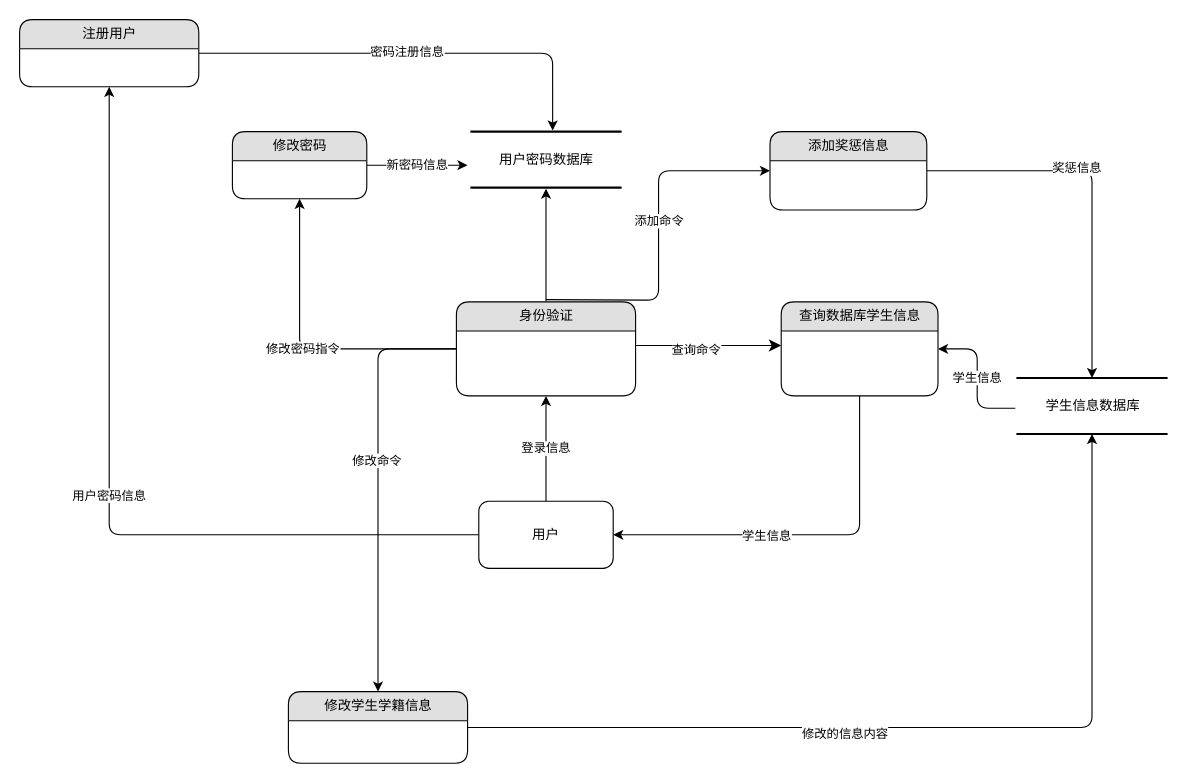
Before: Untitled Diagram.drawio in Crumbled-potato/Picture, a draw.io diagram. Source tidied: cells renumbered, new cells numbered last; positions are measured from the earlier drawing's top-left corner, leaving out a move shared by most shapes. Both pictures are drawn from the tidied source at 112%, with x=0, y=0 at pixel (19, 19).
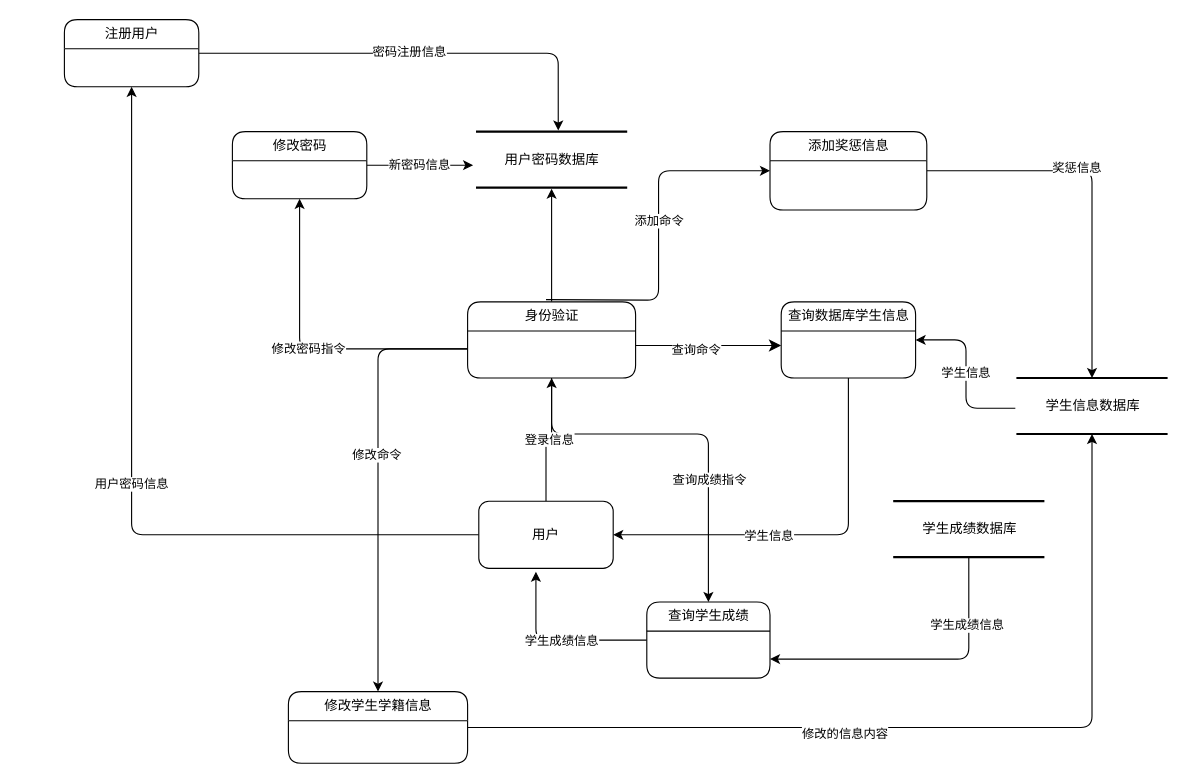
Above is the later version.

The change refers to these unchanged cells:
```xml
<mxCell id="21" value="用户" style="rounded=1;whiteSpace=wrap;html=1;fontFamily=Verdana;" parent="1" vertex="1">
  <mxGeometry x="410" y="430" width="120" height="60" as="geometry" />
</mxCell>
```

The edit, as a diff of the source:
```diff
@@
-<mxGraphModel background="#ffffff">
+<mxGraphModel>
@@
-    <mxCell id="4" value="修改学生学籍信息" style="swimlane;html=1;fontStyle=0;horizontal=1;startSize=26;fillColor=#e0e0e0;swimlaneFillColor=#ffffff;align=center;rounded=1;shadow=0;comic=0;labelBackgroundColor=none;strokeWidth=1;fontFamily=Verdana;fontSize=12;" parent="1" vertex="1">
+    <mxCell id="4" value="修改学生学籍信息" style="swimlane;html=1;fontStyle=0;horizontal=1;startSize=26;swimlaneFillColor=#ffffff;align=center;rounded=1;shadow=0;comic=0;labelBackgroundColor=none;strokeWidth=1;fontFamily=Verdana;fontSize=12;" parent="1" vertex="1">
       <mxGeometry x="240" y="600" width="160" height="64" as="geometry" />
     </mxCell>
@@
-    <mxCell id="7" value="注册用户" style="swimlane;html=1;fontStyle=0;horizontal=1;startSize=26;fillColor=#e0e0e0;swimlaneFillColor=#ffffff;align=center;rounded=1;shadow=0;comic=0;labelBackgroundColor=none;strokeWidth=1;fontFamily=Verdana;fontSize=12;" parent="1" vertex="1">
-      <mxGeometry width="160" height="60" as="geometry" />
+    <mxCell id="7" value="注册用户" style="swimlane;html=1;fontStyle=0;horizontal=1;startSize=26;swimlaneFillColor=#ffffff;align=center;rounded=1;shadow=0;comic=0;labelBackgroundColor=none;strokeWidth=1;fontFamily=Verdana;fontSize=12;" parent="1" vertex="1">
+      <mxGeometry x="40" width="120" height="60" as="geometry" />
     </mxCell>
@@
+    <mxCell id="31" style="edgeStyle=orthogonalEdgeStyle;rounded=1;jettySize=auto;html=1;entryX=0.5;entryY=0;entryDx=0;entryDy=0;fontFamily=Verdana;" parent="1" edge="1" source="14" target="38">
+      <mxGeometry relative="1" as="geometry">
+        <Array as="points">
+          <mxPoint x="475" y="370" />
+          <mxPoint x="615" y="370" />
+        </Array>
+      </mxGeometry>
+    </mxCell>
+    <mxCell id="32" value="查询成绩指令" style="edgeLabel;html=1;align=center;verticalAlign=middle;fontFamily=Verdana;" parent="31" vertex="1">
+      <mxGeometry x="0.35" relative="1" as="geometry" />
+    </mxCell>
-    <mxCell id="14" value="身份验证" style="swimlane;html=1;fontStyle=0;horizontal=1;startSize=26;fillColor=#e0e0e0;swimlaneFillColor=#ffffff;align=center;rounded=1;shadow=0;comic=0;labelBackgroundColor=none;strokeWidth=1;fontFamily=Verdana;fontSize=12;" parent="1" vertex="1">
-      <mxGeometry x="390" y="252" width="160" height="84" as="geometry" />
+    <mxCell id="14" value="身份验证" style="swimlane;html=1;fontStyle=0;horizontal=1;startSize=26;swimlaneFillColor=#ffffff;align=center;rounded=1;shadow=0;comic=0;labelBackgroundColor=none;strokeWidth=1;fontFamily=Verdana;fontSize=12;" parent="1" vertex="1">
+      <mxGeometry x="400" y="252" width="150" height="68" as="geometry" />
     </mxCell>
@@
     <mxCell id="22" value="用户密码数据库" style="html=1;rounded=0;shadow=0;comic=0;labelBackgroundColor=none;strokeWidth=2;fontFamily=Verdana;fontSize=12;align=center;shape=mxgraph.ios7ui.horLines;" parent="1" vertex="1">
-      <mxGeometry x="402.5" y="100" width="135" height="50" as="geometry" />
+      <mxGeometry x="407.5" y="100" width="135" height="50" as="geometry" />
     </mxCell>
@@
-    <mxCell id="25" value="查询数据库学生信息" style="swimlane;html=1;fontStyle=0;horizontal=1;startSize=26;fillColor=#e0e0e0;swimlaneFillColor=#ffffff;align=center;rounded=1;shadow=0;comic=0;labelBackgroundColor=none;strokeWidth=1;fontFamily=Verdana;fontSize=12;" parent="1" vertex="1">
-      <mxGeometry x="680" y="252" width="140" height="84" as="geometry" />
+    <mxCell id="25" value="查询数据库学生信息" style="swimlane;html=1;fontStyle=0;horizontal=1;startSize=26;swimlaneFillColor=#ffffff;align=center;rounded=1;shadow=0;comic=0;labelBackgroundColor=none;strokeWidth=1;fontFamily=Verdana;fontSize=12;" parent="1" vertex="1">
+      <mxGeometry x="680" y="252" width="120" height="68" as="geometry" />
     </mxCell>
@@
-    <mxCell id="27" value="修改密码" style="swimlane;html=1;fontStyle=0;horizontal=1;startSize=26;fillColor=#e0e0e0;swimlaneFillColor=#ffffff;align=center;rounded=1;shadow=0;comic=0;labelBackgroundColor=none;strokeWidth=1;fontFamily=Verdana;fontSize=12;" parent="1" vertex="1">
+    <mxCell id="27" value="修改密码" style="swimlane;html=1;fontStyle=0;horizontal=1;startSize=26;swimlaneFillColor=#ffffff;align=center;rounded=1;shadow=0;comic=0;labelBackgroundColor=none;strokeWidth=1;fontFamily=Verdana;fontSize=12;" parent="1" vertex="1">
       <mxGeometry x="190" y="100" width="120" height="60" as="geometry" />
     </mxCell>
@@
-    <mxCell id="30" value="添加奖惩信息" style="swimlane;html=1;fontStyle=0;horizontal=1;startSize=26;fillColor=#e0e0e0;swimlaneFillColor=#ffffff;align=center;rounded=1;shadow=0;comic=0;labelBackgroundColor=none;strokeWidth=1;fontFamily=Verdana;fontSize=12;" parent="1" vertex="1">
+    <mxCell id="30" value="添加奖惩信息" style="swimlane;html=1;fontStyle=0;horizontal=1;startSize=26;swimlaneFillColor=#ffffff;align=center;rounded=1;shadow=0;comic=0;labelBackgroundColor=none;strokeWidth=1;fontFamily=Verdana;fontSize=12;" parent="1" vertex="1">
       <mxGeometry x="670" y="100" width="140" height="70" as="geometry" />
     </mxCell>
+    <mxCell id="33" style="edgeStyle=orthogonalEdgeStyle;rounded=1;jettySize=auto;html=1;entryX=1;entryY=0.75;entryDx=0;entryDy=0;fontFamily=Verdana;" parent="1" edge="1" source="35" target="38">
+      <mxGeometry relative="1" as="geometry">
+        <Array as="points">
+          <mxPoint x="848" y="571" />
+        </Array>
+      </mxGeometry>
+    </mxCell>
+    <mxCell id="34" value="学生成绩信息" style="edgeLabel;html=1;align=center;verticalAlign=middle;fontFamily=Verdana;" parent="33" vertex="1">
+      <mxGeometry x="-0.55" y="-2" relative="1" as="geometry" />
+    </mxCell>
+    <mxCell id="35" value="学生成绩数据库" style="html=1;rounded=0;shadow=0;comic=0;labelBackgroundColor=none;strokeWidth=2;fontFamily=Verdana;fontSize=12;align=center;shape=mxgraph.ios7ui.horLines;" parent="1" vertex="1">
+      <mxGeometry x="780" y="430" width="135" height="50" as="geometry" />
+    </mxCell>
+    <mxCell id="36" style="edgeStyle=orthogonalEdgeStyle;rounded=1;jettySize=auto;html=1;entryX=0.425;entryY=1.05;entryDx=0;entryDy=0;entryPerimeter=0;fontFamily=Verdana;" parent="1" edge="1" source="38" target="21">
+      <mxGeometry relative="1" as="geometry" />
+    </mxCell>
+    <mxCell id="37" value="学生成绩信息" style="edgeLabel;html=1;align=center;verticalAlign=middle;fontFamily=Verdana;" parent="36" vertex="1">
+      <mxGeometry x="-0.04" relative="1" as="geometry" />
+    </mxCell>
+    <mxCell id="38" value="查询学生成绩" style="swimlane;html=1;fontStyle=0;horizontal=1;startSize=26;swimlaneFillColor=#ffffff;align=center;rounded=1;shadow=0;comic=0;labelBackgroundColor=none;strokeWidth=1;fontFamily=Verdana;fontSize=12;" parent="1" vertex="1">
+      <mxGeometry x="560" y="520" width="110" height="68" as="geometry" />
+    </mxCell>
```
